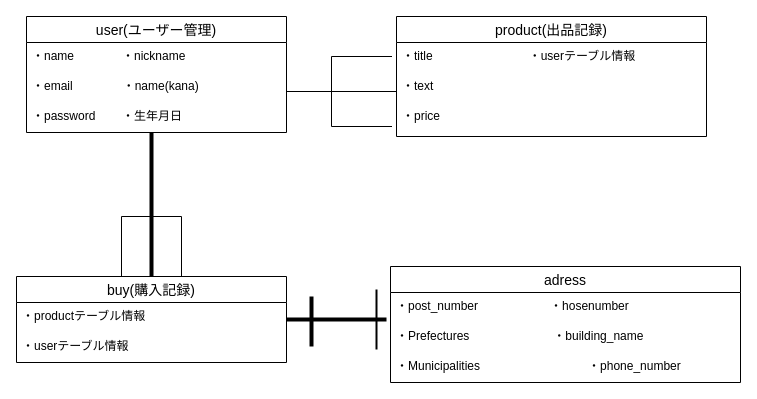
Before: app/table.dio in y-waon/furima-34530, a draw.io diagram. Source tidied: cells renumbered, new cells numbered last; positions are measured from the earlier drawing's top-left corner, leaving out a move shared by most shapes. Both pictures are drawn from the tidied source at 100%, with x=0, y=0 at pixel (16, 16).
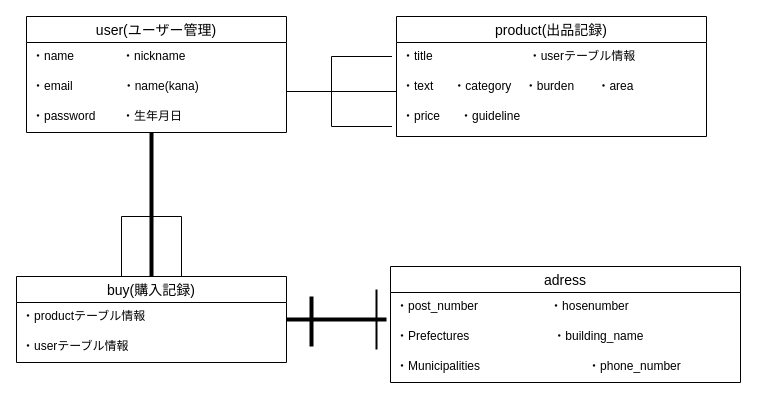
The same diagram, later.

Commit message (it also covers changes not shown here):
データベース設計修正2

The change refers to these unchanged cells:
```xml
<mxCell id="2" value="product(出品記録)" style="swimlane;fontStyle=0;horizontal=1;startSize=26;align=center;fontSize=14;" parent="1" vertex="1">
  <mxGeometry x="380" width="310" height="120" as="geometry" />
</mxCell>
```

Diff of the diagram source:
```diff
@@
-    <mxCell id="4" value="・text" style="text;strokeColor=none;fillColor=none;spacingLeft=4;spacingRight=4;overflow=hidden;fontSize=12;" parent="2" vertex="1">
+    <mxCell id="4" value="・text      ・category    ・burden       ・area" style="text;strokeColor=none;fillColor=none;spacingLeft=4;spacingRight=4;overflow=hidden;fontSize=12;" parent="2" vertex="1">
       <mxGeometry y="56" width="310" height="30" as="geometry" />
     </mxCell>
-    <mxCell id="5" value="・price" style="text;strokeColor=none;fillColor=none;spacingLeft=4;spacingRight=4;overflow=hidden;fontSize=12;" parent="2" vertex="1">
+    <mxCell id="5" value="・price      ・guideline" style="text;strokeColor=none;fillColor=none;spacingLeft=4;spacingRight=4;overflow=hidden;fontSize=12;" parent="2" vertex="1">
       <mxGeometry y="86" width="310" height="34" as="geometry" />
     </mxCell>
```
